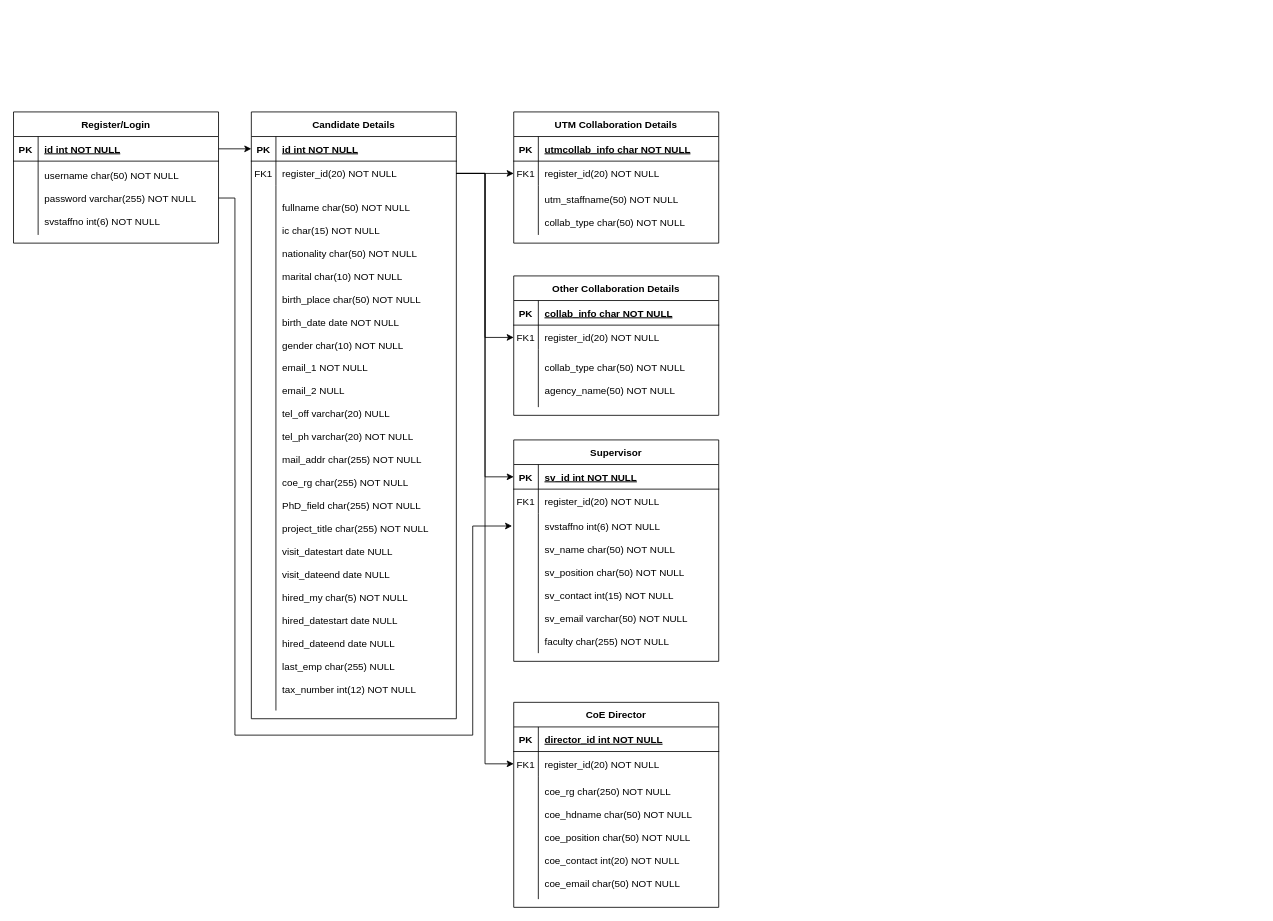
Earlier version of the draw.io diagram Untitled Diagram.drawio (MohdSanusi/RF). Source tidied: cells renumbered, new cells numbered last; positions are measured from the earlier drawing's top-left corner, leaving out a move shared by most shapes. Both pictures are drawn from the tidied source at 82%, with x=0, y=0 at pixel (13, 112).
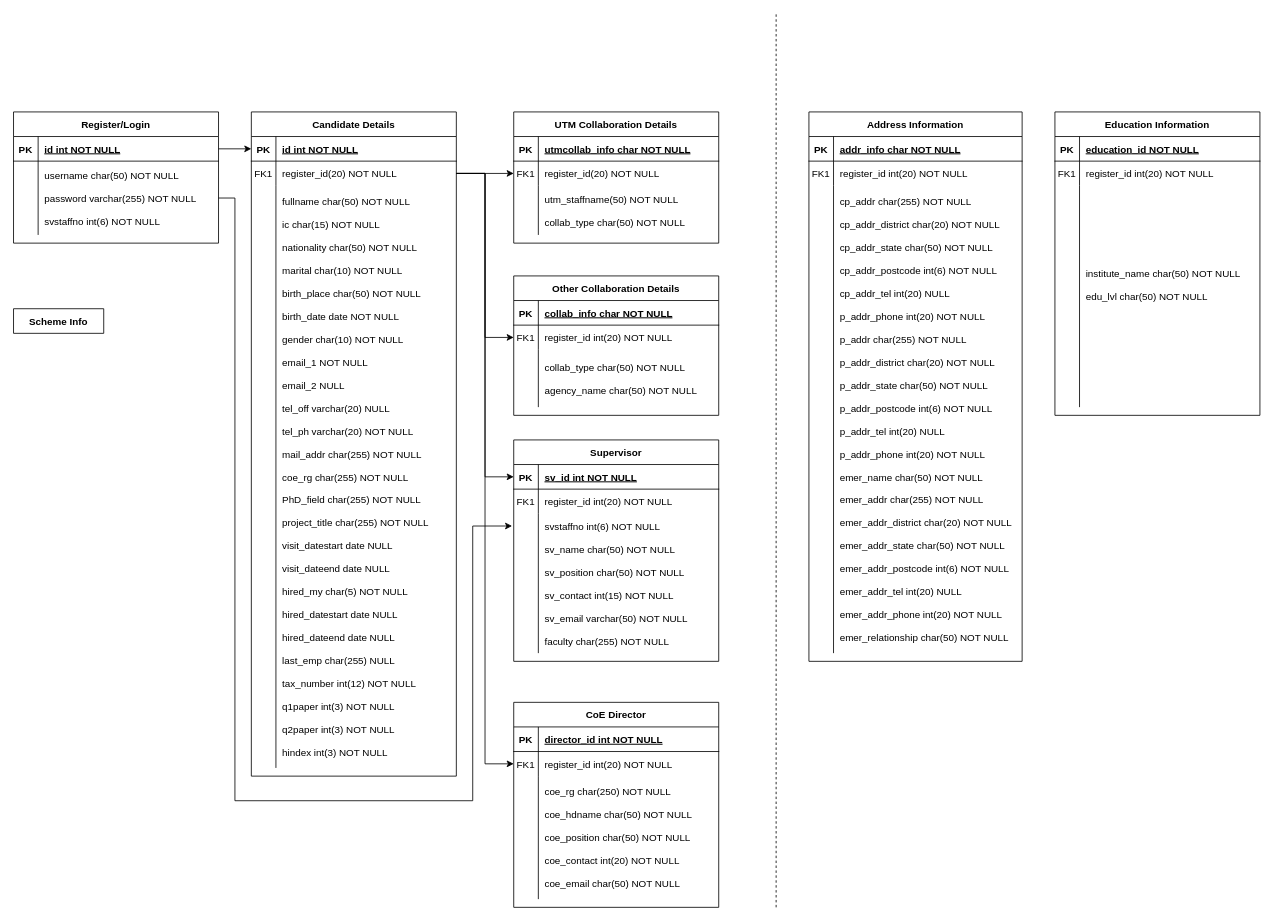
The same diagram, later.

The change refers to these unchanged cells:
```xml
<mxCell id="16" style="shape=partialRectangle;fillColor=none;points=[[0,0.5],[1,0.5]];portConstraint=eastwest;top=0;left=0;right=0;bottom=0;" parent="12" vertex="1">
  <mxGeometry y="60" width="250" height="90" as="geometry" />
</mxCell>
<mxCell id="37" style="shape=partialRectangle;fillColor=none;points=[[0,0.5],[1,0.5]];portConstraint=eastwest;top=0;left=0;right=0;bottom=0;" parent="33" vertex="1">
  <mxGeometry y="60" width="250" height="30" as="geometry" />
</mxCell>
<mxCell id="40" style="shape=partialRectangle;fillColor=none;top=0;left=0;right=0;bottom=0;" parent="33" vertex="1">
  <mxGeometry y="90" width="250" height="70" as="geometry" />
</mxCell>
<mxCell id="48" style="shape=partialRectangle;fillColor=none;top=0;left=0;right=0;bottom=0;" parent="44" vertex="1">
  <mxGeometry y="60" width="250" height="30" as="geometry" />
</mxCell>
<mxCell id="51" style="shape=partialRectangle;fillColor=none;points=[[0,0.5],[1,0.5]];portConstraint=eastwest;top=0;left=0;right=0;bottom=0;" parent="44" vertex="1">
  <mxGeometry y="90" width="250" height="170" as="geometry" />
</mxCell>
<mxCell id="58" style="shape=partialRectangle;fillColor=none;points=[[0,0.5],[1,0.5]];portConstraint=eastwest;top=0;left=0;right=0;bottom=0;" parent="54" vertex="1">
  <mxGeometry y="60" width="250" height="30" as="geometry" />
</mxCell>
```

Diff of the diagram source:
```diff
@@
     <mxCell id="2" value="Candidate Details" style="shape=table;startSize=30;childLayout=tableLayout;rowLines=0;fontStyle=1;align=center;" parent="1" vertex="1">
-      <mxGeometry x="290" width="250" height="740" as="geometry" />
+      <mxGeometry x="290" width="250" height="810" as="geometry" />
     </mxCell>
@@
     <mxCell id="9" style="shape=partialRectangle;fillColor=none;top=0;left=0;right=0;bottom=0;" parent="2" vertex="1">
-      <mxGeometry y="90" width="250" height="640" as="geometry" />
+      <mxGeometry y="90" width="250" height="710" as="geometry" />
     </mxCell>
     <mxCell id="10" style="shape=partialRectangle;overflow=hidden;fillColor=none;top=0;left=0;bottom=0;right=0;" parent="9" vertex="1">
-      <mxGeometry width="30" height="640" as="geometry" />
+      <mxGeometry width="30" height="710" as="geometry" />
     </mxCell>
-    <mxCell id="11" value="fullname char(50) NOT NULL&#10;&#10;ic char(15) NOT NULL&#10;&#10;nationality char(50) NOT NULL&#10;&#10;marital char(10) NOT NULL&#10;&#10;birth_place char(50) NOT NULL&#10;&#10;birth_date date NOT NULL&#10;&#10;gender char(10) NOT NULL&#10;&#10;email_1 NOT NULL&#10;&#10;email_2 NULL&#10;&#10;tel_off varchar(20) NULL&#10;&#10;tel_ph varchar(20) NOT NULL&#10;&#10;mail_addr char(255) NOT NULL&#10;&#10;coe_rg char(255) NOT NULL&#10;&#10;PhD_field char(255) NOT NULL&#10;&#10;project_title char(255) NOT NULL&#10;&#10;visit_datestart date NULL&#10;&#10;visit_dateend date NULL&#10;&#10;hired_my char(5) NOT NULL&#10;&#10;hired_datestart date NULL&#10;&#10;hired_dateend date NULL&#10;&#10;last_emp char(255) NULL&#10;&#10;tax_number int(12) NOT NULL" style="shape=partialRectangle;overflow=hidden;fillColor=none;top=0;left=0;bottom=0;right=0;align=left;spacingLeft=6;" parent="9" vertex="1">
-      <mxGeometry x="30" width="220" height="640" as="geometry" />
+    <mxCell id="11" value="fullname char(50) NOT NULL&#10;&#10;ic char(15) NOT NULL&#10;&#10;nationality char(50) NOT NULL&#10;&#10;marital char(10) NOT NULL&#10;&#10;birth_place char(50) NOT NULL&#10;&#10;birth_date date NOT NULL&#10;&#10;gender char(10) NOT NULL&#10;&#10;email_1 NOT NULL&#10;&#10;email_2 NULL&#10;&#10;tel_off varchar(20) NULL&#10;&#10;tel_ph varchar(20) NOT NULL&#10;&#10;mail_addr char(255) NOT NULL&#10;&#10;coe_rg char(255) NOT NULL&#10;&#10;PhD_field char(255) NOT NULL&#10;&#10;project_title char(255) NOT NULL&#10;&#10;visit_datestart date NULL&#10;&#10;visit_dateend date NULL&#10;&#10;hired_my char(5) NOT NULL&#10;&#10;hired_datestart date NULL&#10;&#10;hired_dateend date NULL&#10;&#10;last_emp char(255) NULL&#10;&#10;tax_number int(12) NOT NULL&#10;&#10;q1paper int(3) NOT NULL&#10;&#10;q2paper int(3) NOT NULL&#10;&#10;hindex int(3) NOT NULL" style="shape=partialRectangle;overflow=hidden;fillColor=none;top=0;left=0;bottom=0;right=0;align=left;spacingLeft=6;" parent="9" vertex="1">
+      <mxGeometry x="30" width="220" height="710" as="geometry" />
     </mxCell>
@@
-    <mxCell id="19" style="shape=partialRectangle;fillColor=none;top=0;left=0;right=0;bottom=0;" parent="1" vertex="1">
-      <mxGeometry x="100" y="420" width="250" height="30" as="geometry" />
-    </mxCell>
-    <mxCell id="20" style="shape=partialRectangle;overflow=hidden;fillColor=none;top=0;left=0;bottom=0;right=0;" parent="19" vertex="1">
-      <mxGeometry width="30" height="30" as="geometry" />
-    </mxCell>
@@
-    <mxCell id="39" value="register_id(20) NOT NULL" style="shape=partialRectangle;overflow=hidden;fillColor=none;top=0;left=0;bottom=0;right=0;align=left;spacingLeft=6;" parent="37" vertex="1">
+    <mxCell id="39" value="register_id int(20) NOT NULL" style="shape=partialRectangle;overflow=hidden;fillColor=none;top=0;left=0;bottom=0;right=0;align=left;spacingLeft=6;" parent="37" vertex="1">
       <mxGeometry x="30" width="220" height="30" as="geometry" />
     </mxCell>
@@
-    <mxCell id="42" value="collab_type char(50) NOT NULL&#10;&#10;agency_name(50) NOT NULL" style="shape=partialRectangle;overflow=hidden;fillColor=none;top=0;left=0;bottom=0;right=0;align=left;spacingLeft=6;" parent="40" vertex="1">
+    <mxCell id="42" value="collab_type char(50) NOT NULL&#10;&#10;agency_name char(50) NOT NULL" style="shape=partialRectangle;overflow=hidden;fillColor=none;top=0;left=0;bottom=0;right=0;align=left;spacingLeft=6;" parent="40" vertex="1">
       <mxGeometry x="30" width="220" height="70" as="geometry" />
     </mxCell>
@@
-    <mxCell id="50" value="register_id(20) NOT NULL" style="shape=partialRectangle;overflow=hidden;fillColor=none;top=0;left=0;bottom=0;right=0;align=left;spacingLeft=6;" parent="48" vertex="1">
+    <mxCell id="50" value="register_id int(20) NOT NULL" style="shape=partialRectangle;overflow=hidden;fillColor=none;top=0;left=0;bottom=0;right=0;align=left;spacingLeft=6;" parent="48" vertex="1">
       <mxGeometry x="30" width="220" height="30" as="geometry" />
     </mxCell>
@@
-    <mxCell id="60" value="register_id(20) NOT NULL" style="shape=partialRectangle;overflow=hidden;fillColor=none;top=0;left=0;bottom=0;right=0;align=left;spacingLeft=6;" parent="58" vertex="1">
+    <mxCell id="60" value="register_id int(20) NOT NULL" style="shape=partialRectangle;overflow=hidden;fillColor=none;top=0;left=0;bottom=0;right=0;align=left;spacingLeft=6;" parent="58" vertex="1">
       <mxGeometry x="30" width="220" height="30" as="geometry" />
     </mxCell>
@@
     <mxCell id="66" style="edgeStyle=orthogonalEdgeStyle;rounded=0;jettySize=auto;html=1;exitX=1;exitY=0.5;exitDx=0;exitDy=0;entryX=-0.008;entryY=0.088;entryDx=0;entryDy=0;entryPerimeter=0;" parent="1" edge="1" source="16" target="51">
       <mxGeometry relative="1" as="geometry">
         <Array as="points">
           <mxPoint x="270" y="105" />
-          <mxPoint x="270" y="760" />
-          <mxPoint x="560" y="760" />
+          <mxPoint x="270" y="840" />
+          <mxPoint x="560" y="840" />
           <mxPoint x="560" y="505" />
         </Array>
       </mxGeometry>
     </mxCell>
@@
+    <mxCell id="68" value="Scheme Info" style="shape=table;startSize=30;childLayout=tableLayout;rowLines=0;fontStyle=1;align=center;" parent="1" vertex="1" collapsed="1">
+      <mxGeometry y="240" width="110" height="30" as="geometry" />
+    </mxCell>
+    <mxCell id="69" style="endArrow=none;dashed=1;html=1;rounded=0;" parent="1" edge="1">
+      <mxGeometry relative="1" as="geometry">
+        <mxPoint x="930" y="970" as="sourcePoint" />
+        <mxPoint x="930" y="-120" as="targetPoint" />
+      </mxGeometry>
+    </mxCell>
+    <mxCell id="70" value="Education Information" style="shape=table;startSize=30;childLayout=tableLayout;rowLines=0;fontStyle=1;align=center;" parent="1" vertex="1">
+      <mxGeometry x="1270" width="250" height="370" as="geometry" />
+    </mxCell>
+    <mxCell id="71" style="shape=partialRectangle;fillColor=none;top=0;left=0;right=0;bottom=1;" parent="70" vertex="1">
+      <mxGeometry y="30" width="250" height="30" as="geometry" />
+    </mxCell>
+    <mxCell id="72" value="PK" style="shape=partialRectangle;overflow=hidden;fillColor=none;top=0;left=0;bottom=0;right=0;fontStyle=1;" parent="71" vertex="1">
+      <mxGeometry width="30" height="30" as="geometry" />
+    </mxCell>
+    <mxCell id="73" value="education_id NOT NULL " style="shape=partialRectangle;overflow=hidden;fillColor=none;top=0;left=0;bottom=0;right=0;align=left;spacingLeft=6;fontStyle=5;" parent="71" vertex="1">
+      <mxGeometry x="30" width="220" height="30" as="geometry" />
+    </mxCell>
+    <mxCell id="74" style="shape=partialRectangle;fillColor=none;top=0;left=0;right=0;bottom=0;" parent="70" vertex="1">
+      <mxGeometry y="60" width="250" height="30" as="geometry" />
+    </mxCell>
+    <mxCell id="75" value="FK1" style="shape=partialRectangle;overflow=hidden;fillColor=none;top=0;left=0;bottom=0;right=0;" parent="74" vertex="1">
+      <mxGeometry width="30" height="30" as="geometry" />
+    </mxCell>
+    <mxCell id="76" value="register_id int(20) NOT NULL" style="shape=partialRectangle;overflow=hidden;fillColor=none;top=0;left=0;bottom=0;right=0;align=left;spacingLeft=6;" parent="74" vertex="1">
+      <mxGeometry x="30" width="220" height="30" as="geometry" />
+    </mxCell>
+    <mxCell id="77" style="shape=partialRectangle;fillColor=none;top=0;left=0;right=0;bottom=0;" parent="70" vertex="1">
+      <mxGeometry y="90" width="250" height="270" as="geometry" />
+    </mxCell>
+    <mxCell id="78" style="shape=partialRectangle;overflow=hidden;fillColor=none;top=0;left=0;bottom=0;right=0;" parent="77" vertex="1">
+      <mxGeometry width="30" height="270" as="geometry" />
+    </mxCell>
+    <mxCell id="79" value="institute_name char(50) NOT NULL&#10;&#10;edu_lvl char(50) NOT NULL&#10;&#10;" style="shape=partialRectangle;overflow=hidden;fillColor=none;top=0;left=0;bottom=0;right=0;align=left;spacingLeft=6;" parent="77" vertex="1">
+      <mxGeometry x="30" width="220" height="270" as="geometry" />
+    </mxCell>
+    <mxCell id="80" value="Address Information" style="shape=table;startSize=30;childLayout=tableLayout;rowLines=0;fontStyle=1;align=center;" parent="1" vertex="1">
+      <mxGeometry x="970" width="260" height="670" as="geometry" />
+    </mxCell>
+    <mxCell id="81" style="shape=partialRectangle;fillColor=none;top=0;left=0;right=0;bottom=1;" parent="80" vertex="1">
+      <mxGeometry y="30" width="260" height="30" as="geometry" />
+    </mxCell>
+    <mxCell id="82" value="PK" style="shape=partialRectangle;overflow=hidden;fillColor=none;top=0;left=0;bottom=0;right=0;fontStyle=1;" parent="81" vertex="1">
+      <mxGeometry width="30" height="30" as="geometry" />
+    </mxCell>
+    <mxCell id="83" value="addr_info char NOT NULL " style="shape=partialRectangle;overflow=hidden;fillColor=none;top=0;left=0;bottom=0;right=0;align=left;spacingLeft=6;fontStyle=5;" parent="81" vertex="1">
+      <mxGeometry x="30" width="230" height="30" as="geometry" />
+    </mxCell>
+    <mxCell id="84" style="shape=partialRectangle;fillColor=none;top=0;left=0;right=0;bottom=0;" parent="80" vertex="1">
+      <mxGeometry y="60" width="260" height="30" as="geometry" />
+    </mxCell>
+    <mxCell id="85" value="FK1" style="shape=partialRectangle;overflow=hidden;fillColor=none;top=0;left=0;bottom=0;right=0;" parent="84" vertex="1">
+      <mxGeometry width="30" height="30" as="geometry" />
+    </mxCell>
+    <mxCell id="86" value="register_id int(20) NOT NULL" style="shape=partialRectangle;overflow=hidden;fillColor=none;top=0;left=0;bottom=0;right=0;align=left;spacingLeft=6;" parent="84" vertex="1">
+      <mxGeometry x="30" width="230" height="30" as="geometry" />
+    </mxCell>
+    <mxCell id="87" style="shape=partialRectangle;fillColor=none;top=0;left=0;right=0;bottom=0;" parent="80" vertex="1">
+      <mxGeometry y="90" width="260" height="570" as="geometry" />
+    </mxCell>
+    <mxCell id="88" style="shape=partialRectangle;overflow=hidden;fillColor=none;top=0;left=0;bottom=0;right=0;" parent="87" vertex="1">
+      <mxGeometry width="30" height="570" as="geometry" />
+    </mxCell>
+    <mxCell id="89" value="cp_addr char(255) NOT NULL&#10;&#10;cp_addr_district char(20) NOT NULL&#10;&#10;cp_addr_state char(50) NOT NULL&#10;&#10;cp_addr_postcode int(6) NOT NULL&#10;&#10;cp_addr_tel int(20) NULL&#10;&#10;p_addr_phone int(20) NOT NULL&#10;&#10;p_addr char(255) NOT NULL&#10;&#10;p_addr_district char(20) NOT NULL&#10;&#10;p_addr_state char(50) NOT NULL&#10;&#10;p_addr_postcode int(6) NOT NULL&#10;&#10;p_addr_tel int(20) NULL&#10;&#10;p_addr_phone int(20) NOT NULL&#10;&#10;emer_name char(50) NOT NULL&#10;&#10;emer_addr char(255) NOT NULL&#10;&#10;emer_addr_district char(20) NOT NULL&#10;&#10;emer_addr_state char(50) NOT NULL&#10;&#10;emer_addr_postcode int(6) NOT NULL&#10;&#10;emer_addr_tel int(20) NULL&#10;&#10;emer_addr_phone int(20) NOT NULL&#10;&#10;emer_relationship char(50) NOT NULL" style="shape=partialRectangle;overflow=hidden;fillColor=none;top=0;left=0;bottom=0;right=0;align=left;spacingLeft=6;" parent="87" vertex="1">
+      <mxGeometry x="30" width="230" height="570" as="geometry" />
+    </mxCell>
```
